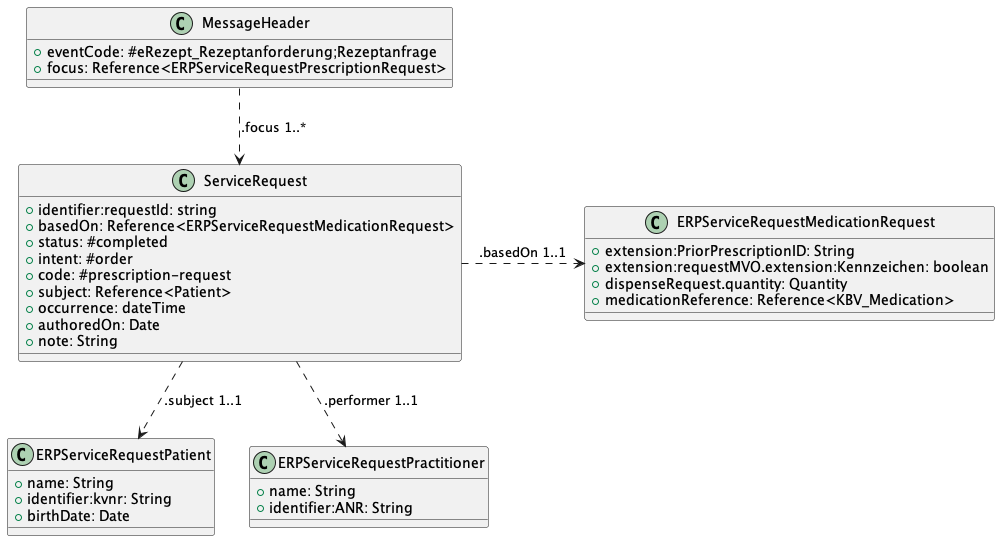
The PlantUML diagram guides/ig-rezeptanforderung/images/puml_images/PrescriptionRequest_Confirmation_Class.png in gematik/spec-E-Rezept-ServiceRequest, before a commit. The source it was exported from:
```plantuml
@startuml "PrescriptionRequest_Confirmation_Class"
!define RECTANGLE class

RECTANGLE "MessageHeader" as MH {
    +eventCode: #eRezept_Rezeptanforderung;Rezeptanfrage
    +focus: Reference<ERPServiceRequestPrescriptionRequest>
}


RECTANGLE "ServiceRequest" as SR {
    +identifier:requestId: string
    +basedOn: Reference<ERPServiceRequestMedicationRequest>
    +status: #completed
    +intent: #order
    +code: #prescription-request
    +subject: Reference<Patient>
    +occurrence: dateTime
    +authoredOn: Date
    +note: String
}

RECTANGLE "ERPServiceRequestMedicationRequest" as MR {
    +extension:PriorPrescriptionID: String
    +extension:requestMVO.extension:Kennzeichen: boolean
    +dispenseRequest.quantity: Quantity
    +medicationReference: Reference<KBV_Medication>
}

RECTANGLE "ERPServiceRequestPatient" as P {
    +name: String
    +identifier:kvnr: String
    +birthDate: Date
}

RECTANGLE "ERPServiceRequestPractitioner" as PR {
    +name: String
    +identifier:ANR: String
}

MH .down.> SR : .focus 1..*
SR .down.> P : .subject 1..1
SR .right.> MR : .basedOn 1..1
SR .down.> PR : .performer 1..1
@enduml
```
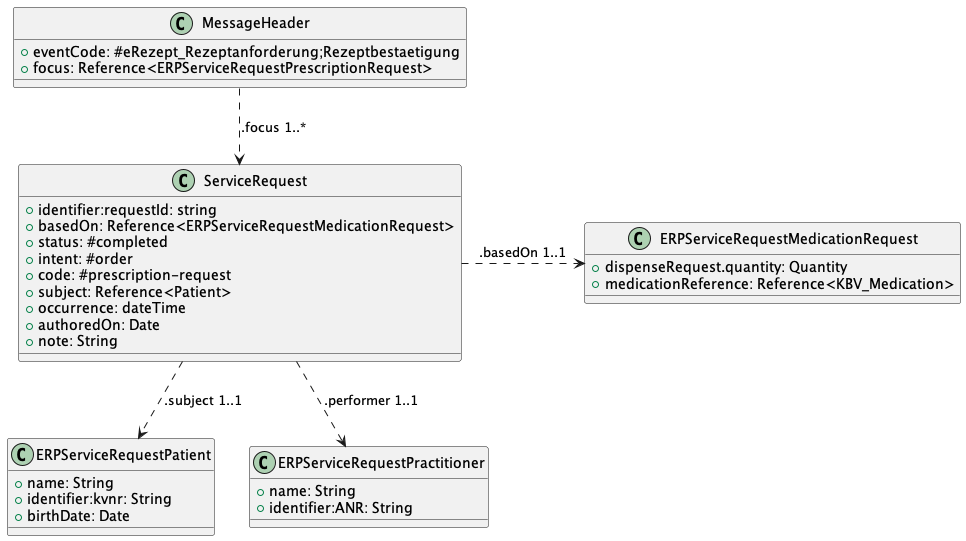
Above is the later version.

What changed in the source:
```diff
@@ -2,7 +2,7 @@
 !define RECTANGLE class
 
 RECTANGLE "MessageHeader" as MH {
-    +eventCode: #eRezept_Rezeptanforderung;Rezeptanfrage
+    +eventCode: #eRezept_Rezeptanforderung;Rezeptbestaetigung
     +focus: Reference<ERPServiceRequestPrescriptionRequest>
 }
 
@@ -20,8 +20,6 @@
 }
 
 RECTANGLE "ERPServiceRequestMedicationRequest" as MR {
-    +extension:PriorPrescriptionID: String
-    +extension:requestMVO.extension:Kennzeichen: boolean
     +dispenseRequest.quantity: Quantity
     +medicationReference: Reference<KBV_Medication>
 }
```
